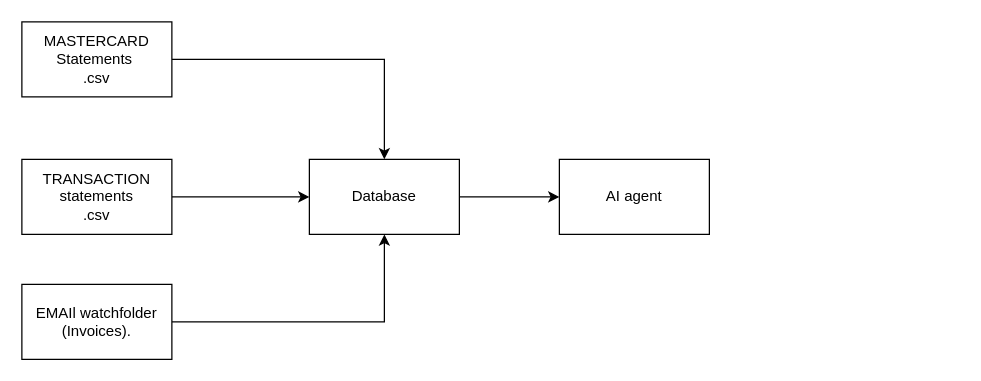
Before: AI agent for finances.drawio in quentinbnt/schema, a draw.io diagram. Source tidied: cells renumbered, new cells numbered last; positions are measured from the earlier drawing's top-left corner, leaving out a move shared by most shapes. Both pictures are drawn from the tidied source at 125%, with x=0, y=0 at pixel (21, 21).
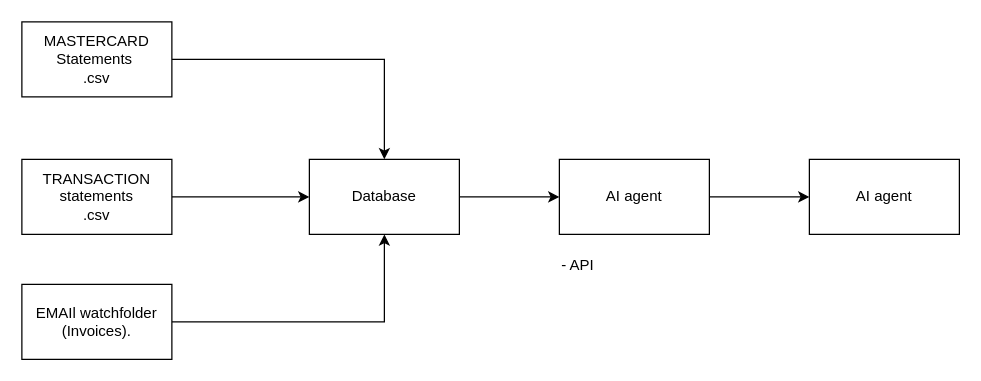
After the change.

Change to the diagram source:
```diff
@@
 <mxGraphModel>
   <root>
     <mxCell id="0" />
     <mxCell id="1" parent="0" />
     <mxCell id="2" style="edgeStyle=orthogonalEdgeStyle;rounded=0;jettySize=auto;html=1;" parent="1" edge="1" source="3" target="5">
       <mxGeometry relative="1" as="geometry" />
     </mxCell>
     <mxCell id="3" value="MASTERCARD Statements&amp;nbsp;&lt;br&gt;.csv" style="rounded=0;whiteSpace=wrap;html=1;" parent="1" vertex="1">
       <mxGeometry width="120" height="60" as="geometry" />
     </mxCell>
     <mxCell id="4" style="edgeStyle=orthogonalEdgeStyle;rounded=0;jettySize=auto;html=1;" parent="1" edge="1" source="5" target="10">
       <mxGeometry relative="1" as="geometry" />
     </mxCell>
     <mxCell id="5" value="Database" style="rounded=0;whiteSpace=wrap;html=1;" parent="1" vertex="1">
       <mxGeometry x="230" y="110" width="120" height="60" as="geometry" />
     </mxCell>
     <mxCell id="6" style="edgeStyle=orthogonalEdgeStyle;rounded=0;jettySize=auto;html=1;" parent="1" edge="1" source="7" target="5">
       <mxGeometry relative="1" as="geometry" />
     </mxCell>
     <mxCell id="7" value="TRANSACTION&lt;br&gt;statements&lt;br&gt;.csv" style="rounded=0;whiteSpace=wrap;html=1;" parent="1" vertex="1">
       <mxGeometry y="110" width="120" height="60" as="geometry" />
     </mxCell>
     <mxCell id="8" style="edgeStyle=orthogonalEdgeStyle;rounded=0;jettySize=auto;html=1;" parent="1" edge="1" source="9" target="5">
       <mxGeometry relative="1" as="geometry" />
     </mxCell>
     <mxCell id="9" value="EMAIl watchfolder (Invoices)." style="rounded=0;whiteSpace=wrap;html=1;" parent="1" vertex="1">
       <mxGeometry y="210" width="120" height="60" as="geometry" />
     </mxCell>
+    <mxCell id="11" style="edgeStyle=orthogonalEdgeStyle;rounded=0;jettySize=auto;html=1;" parent="1" edge="1" source="10" target="12">
+      <mxGeometry relative="1" as="geometry" />
+    </mxCell>
     <mxCell id="10" value="AI agent" style="rounded=0;whiteSpace=wrap;html=1;" parent="1" vertex="1">
       <mxGeometry x="430" y="110" width="120" height="60" as="geometry" />
     </mxCell>
+    <mxCell id="12" value="AI agent" style="rounded=0;whiteSpace=wrap;html=1;" parent="1" vertex="1">
+      <mxGeometry x="630" y="110" width="120" height="60" as="geometry" />
+    </mxCell>
+    <mxCell id="13" value="- API&amp;nbsp;" style="text;html=1;strokeColor=none;fillColor=none;align=left;verticalAlign=middle;whiteSpace=wrap;rounded=0;" parent="1" vertex="1">
+      <mxGeometry x="430" y="180" width="60" height="30" as="geometry" />
+    </mxCell>
   </root>
 </mxGraphModel>
```
